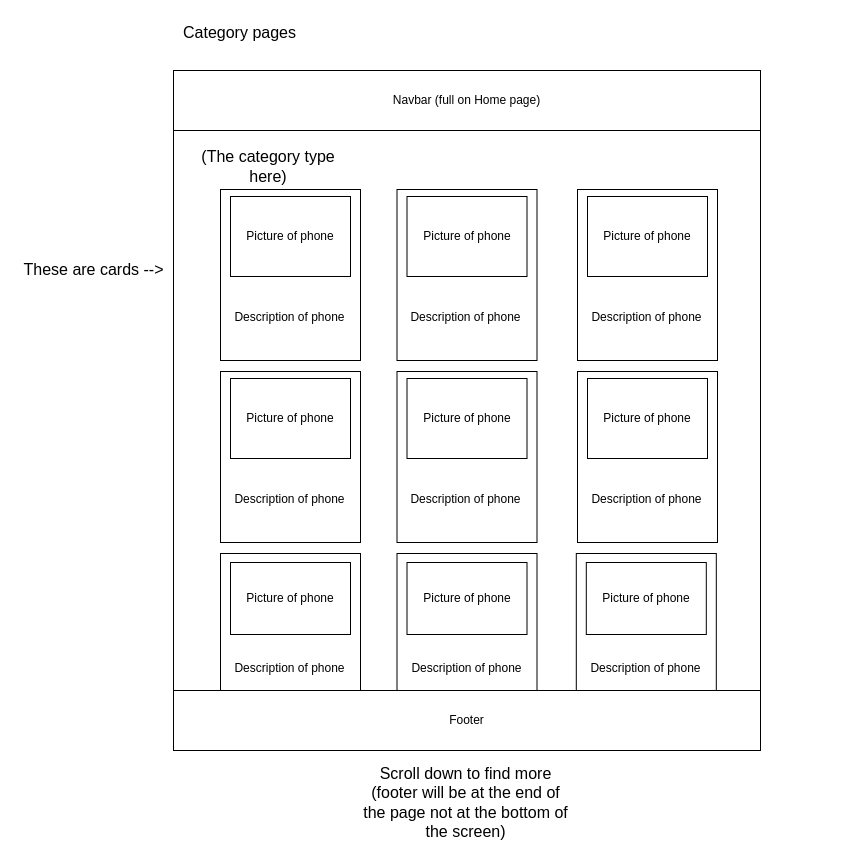
Before: page "Category pages" (3 of 8) of wireframes/Wireframe Design A.drawio in Adam-Spenton/unit_13_assignment_2_Adam_Spenton, a draw.io diagram. Source tidied: cells renumbered, new cells numbered last; positions are measured from the earlier drawing's top-left corner, leaving out a move shared by most shapes. Both pictures are drawn from the tidied source at 100%, with x=0, y=0 at pixel (17, 17).
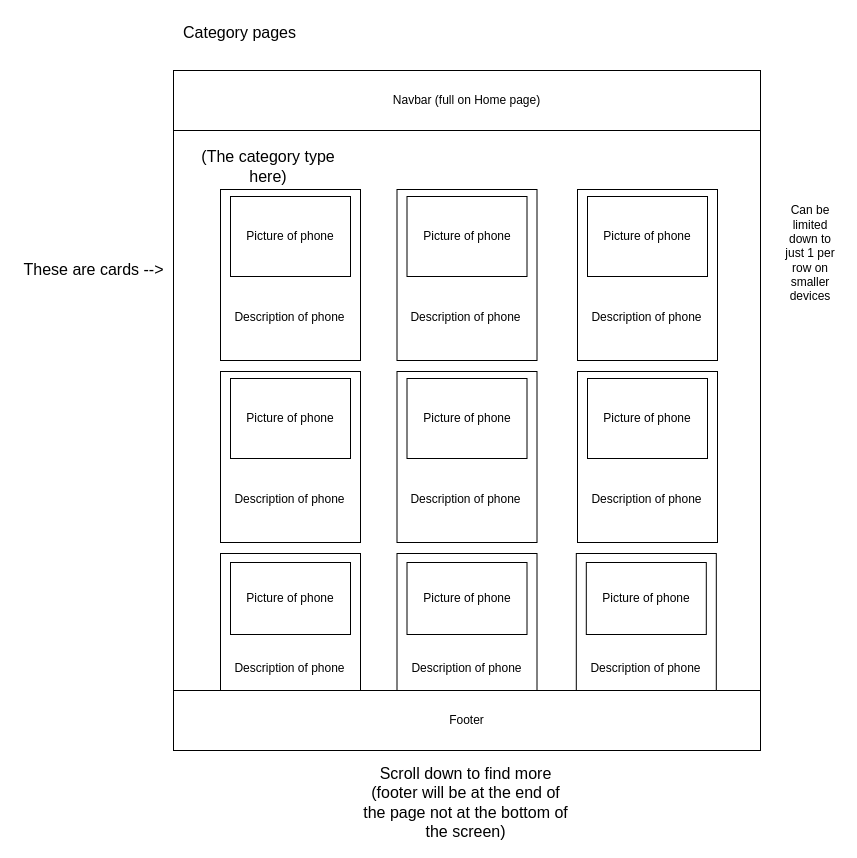
Above is the later version.

What changed in the source:
```diff
@@
+    <mxCell id="36" value="Can be limited down to just 1 per row on smaller devices" style="text;html=1;align=center;verticalAlign=middle;whiteSpace=wrap;rounded=0;" parent="1" vertex="1">
+      <mxGeometry x="763" y="221" width="60" height="30" as="geometry" />
+    </mxCell>
```
